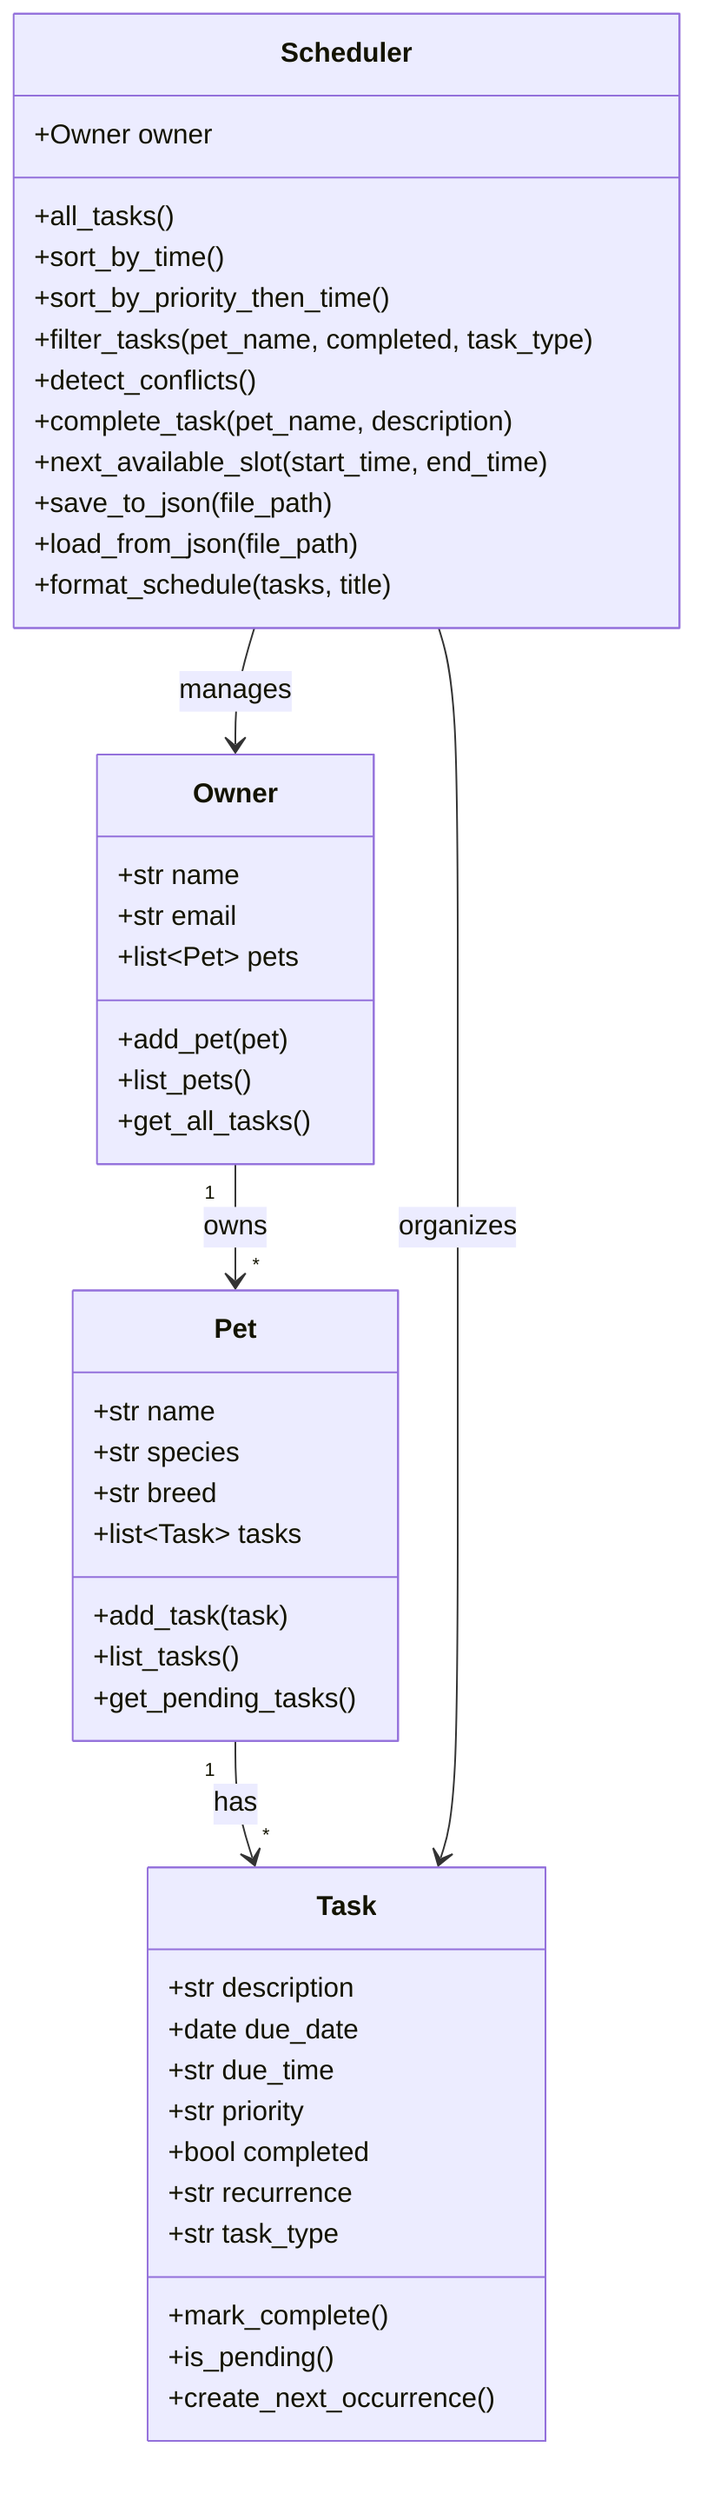
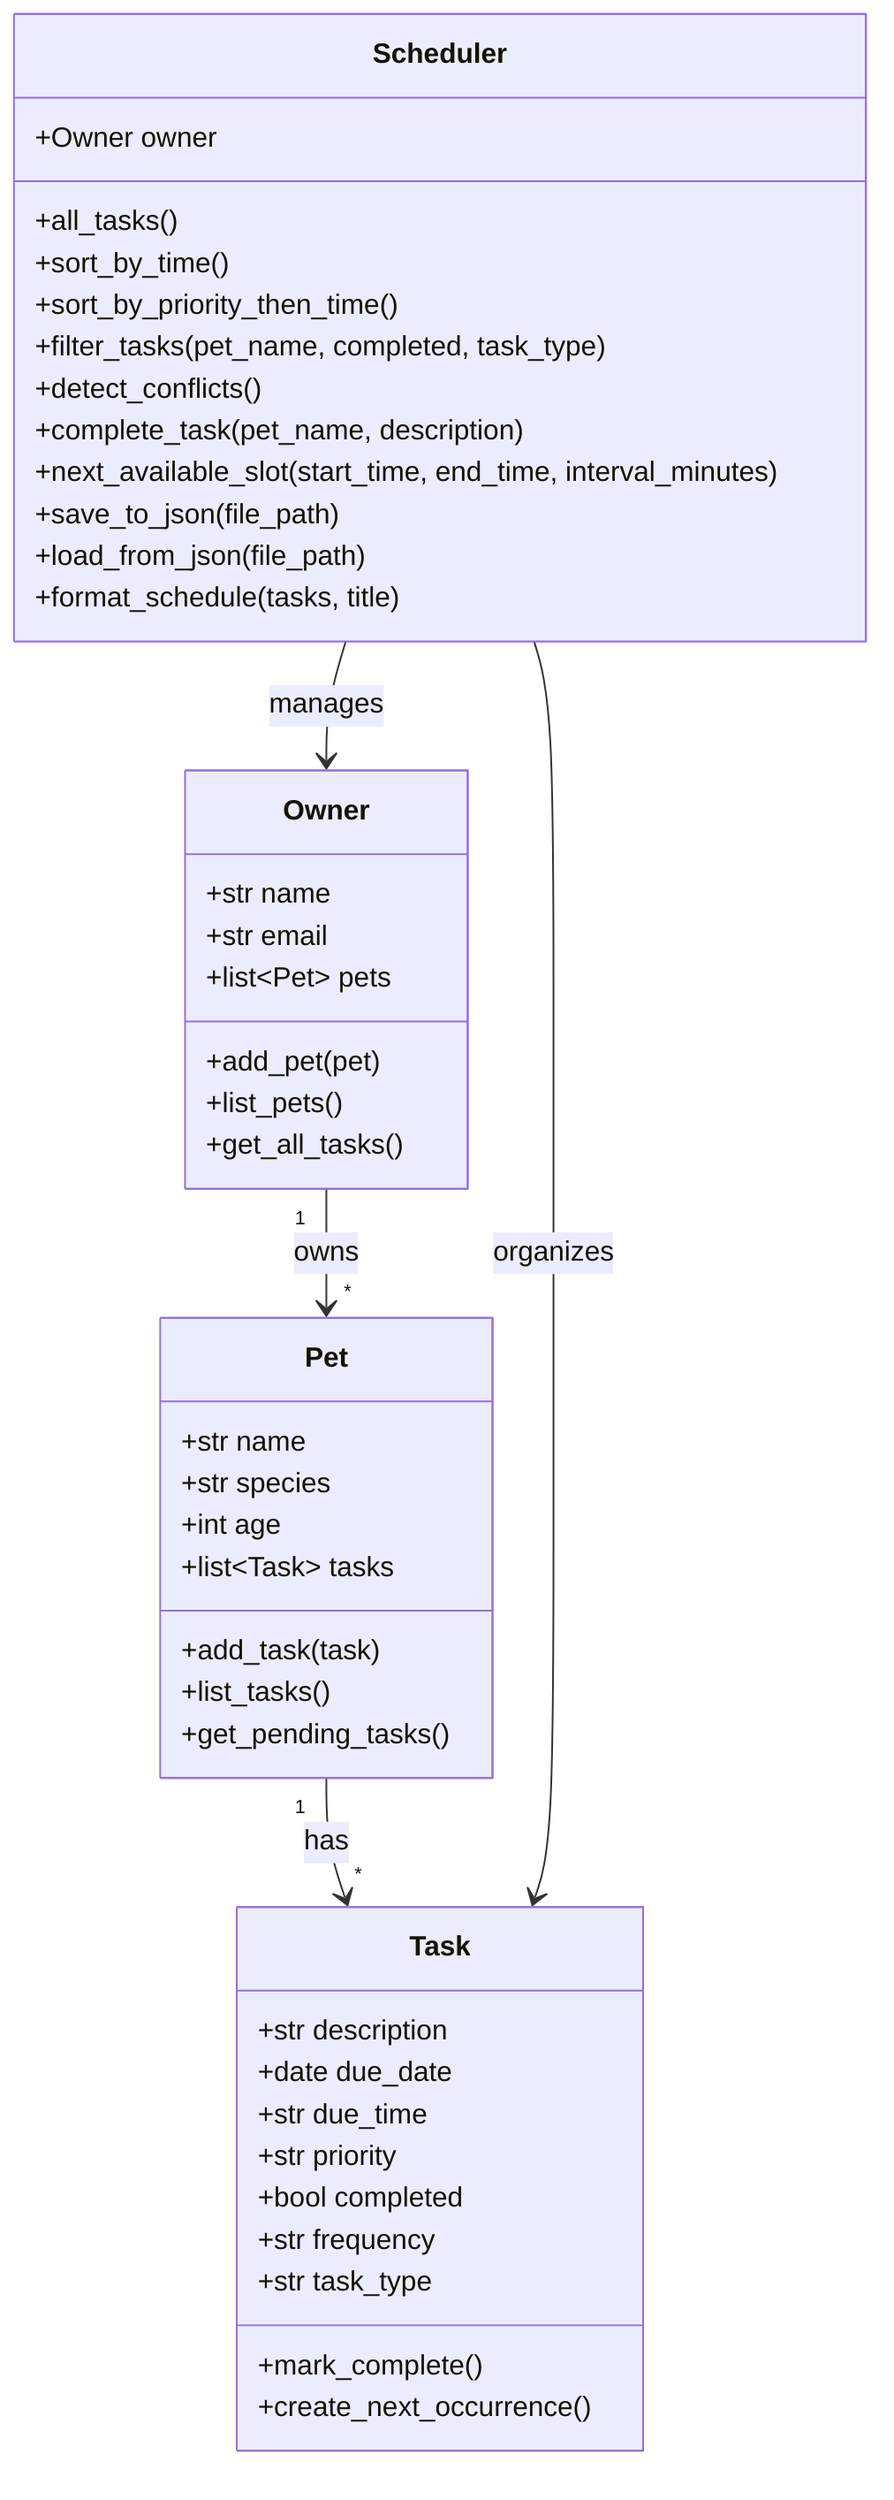
classDiagram
    class Owner {
        +str name
        +str email
        +list~Pet~ pets
        +add_pet(pet)
        +list_pets()
        +get_all_tasks()
    }

    class Pet {
        +str name
        +str species
-         +str breed
+         +int age
        +list~Task~ tasks
        +add_task(task)
        +list_tasks()
        +get_pending_tasks()
    }

    class Task {
        +str description
        +date due_date
        +str due_time
        +str priority
        +bool completed
-         +str recurrence
+         +str frequency
        +str task_type
        +mark_complete()
-         +is_pending()
        +create_next_occurrence()
    }

    class Scheduler {
        +Owner owner
        +all_tasks()
        +sort_by_time()
        +sort_by_priority_then_time()
        +filter_tasks(pet_name, completed, task_type)
        +detect_conflicts()
        +complete_task(pet_name, description)
-         +next_available_slot(start_time, end_time)
+         +next_available_slot(start_time, end_time, interval_minutes)
        +save_to_json(file_path)
        +load_from_json(file_path)
        +format_schedule(tasks, title)
    }

    Owner "1" --> "*" Pet : owns
    Pet "1" --> "*" Task : has
    Scheduler --> Owner : manages
    Scheduler --> Task : organizes